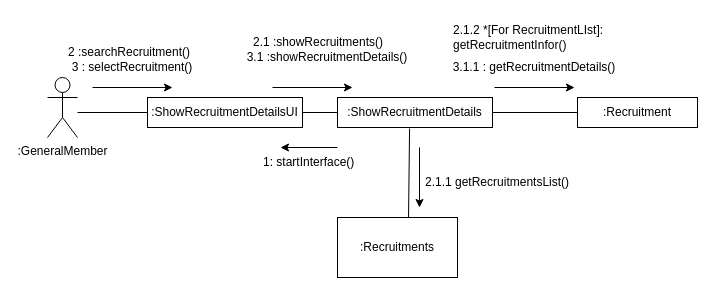
The draw.io diagram page "지원 상세정보 페이지 제공" (4 of 6) of B811216_황태환/황태환_클래스다이어그램+ucd 추가.drawio in FinancialWorld16/SE_TEAM, before the edit. Source tidied: cells renumbered, new cells numbered last; positions are measured from the earlier drawing's top-left corner, leaving out a move shared by most shapes. Both pictures are drawn from the tidied source at 100%, with x=0, y=0 at pixel (47, 17).
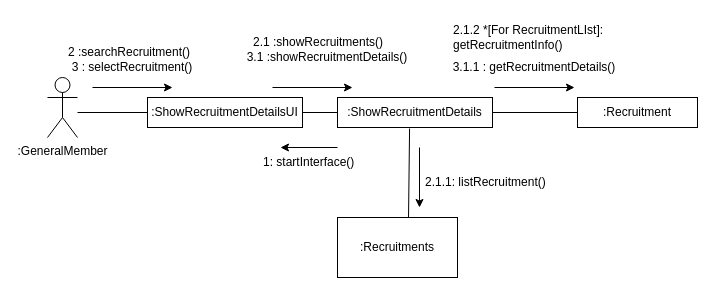
After the change.

Change to the diagram source:
```diff
@@
-    <mxCell id="14" value="2.1.2 *[For RecruitmentLIst]: getRecruitmentInfor()" style="text;strokeColor=none;fillColor=none;align=left;verticalAlign=middle;spacingLeft=4;spacingRight=4;overflow=hidden;whiteSpace=wrap;html=1;" parent="1" vertex="1">
+    <mxCell id="14" value="2.1.2 *[For RecruitmentLIst]: getRecruitmentInfo()" style="text;strokeColor=none;fillColor=none;align=left;verticalAlign=middle;spacingLeft=4;spacingRight=4;overflow=hidden;whiteSpace=wrap;html=1;" parent="1" vertex="1">
       <mxGeometry x="400" width="170" height="40" as="geometry" />
     </mxCell>
@@
-    <mxCell id="23" value="2.1.1 getRecruitmentsList()" style="text;strokeColor=none;fillColor=none;align=left;verticalAlign=middle;spacingLeft=4;spacingRight=4;overflow=hidden;whiteSpace=wrap;html=1;" parent="1" vertex="1">
+    <mxCell id="23" value="2.1.1: listRecruitment()" style="text;strokeColor=none;fillColor=none;align=left;verticalAlign=middle;spacingLeft=4;spacingRight=4;overflow=hidden;whiteSpace=wrap;html=1;" parent="1" vertex="1">
       <mxGeometry x="372" y="150" width="178" height="30" as="geometry" />
     </mxCell>
```
